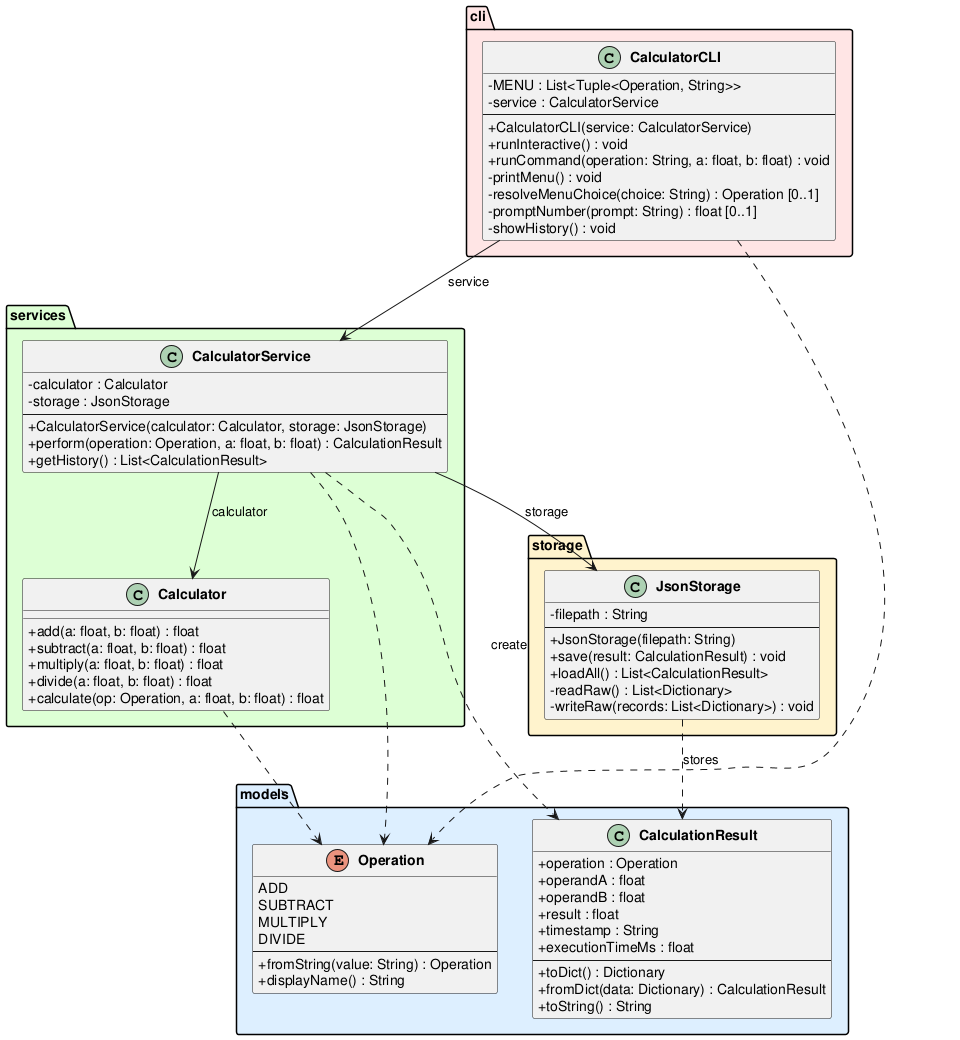
DanielRiha8906/Software_autoevolution_using_agents keeps this PlantUML diagram as experiments/broadcast/test_driven/calculator/artifacts/class_diagram.png. Above is the earlier version.
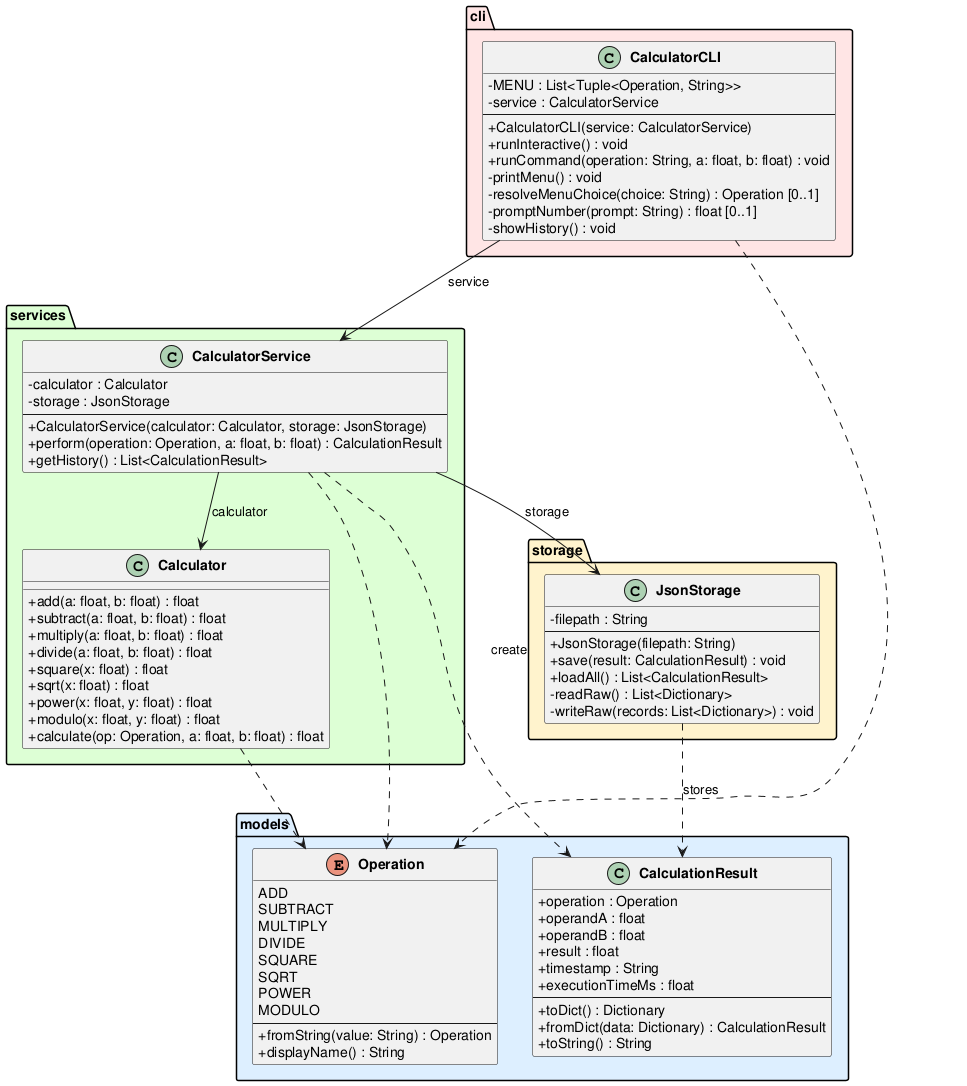
After the commit.

The edit, as a diff of the source:
```diff
@@ -9,6 +9,10 @@
         SUBTRACT
         MULTIPLY
         DIVIDE
+        SQUARE
+        SQRT
+        POWER
+        MODULO
         --
         +fromString(value: String) : Operation
         +displayName() : String
@@ -34,6 +38,10 @@
         +subtract(a: float, b: float) : float
         +multiply(a: float, b: float) : float
         +divide(a: float, b: float) : float
+        +square(x: float) : float
+        +sqrt(x: float) : float
+        +power(x: float, y: float) : float
+        +modulo(x: float, y: float) : float
         +calculate(op: Operation, a: float, b: float) : float
     }
 
```
